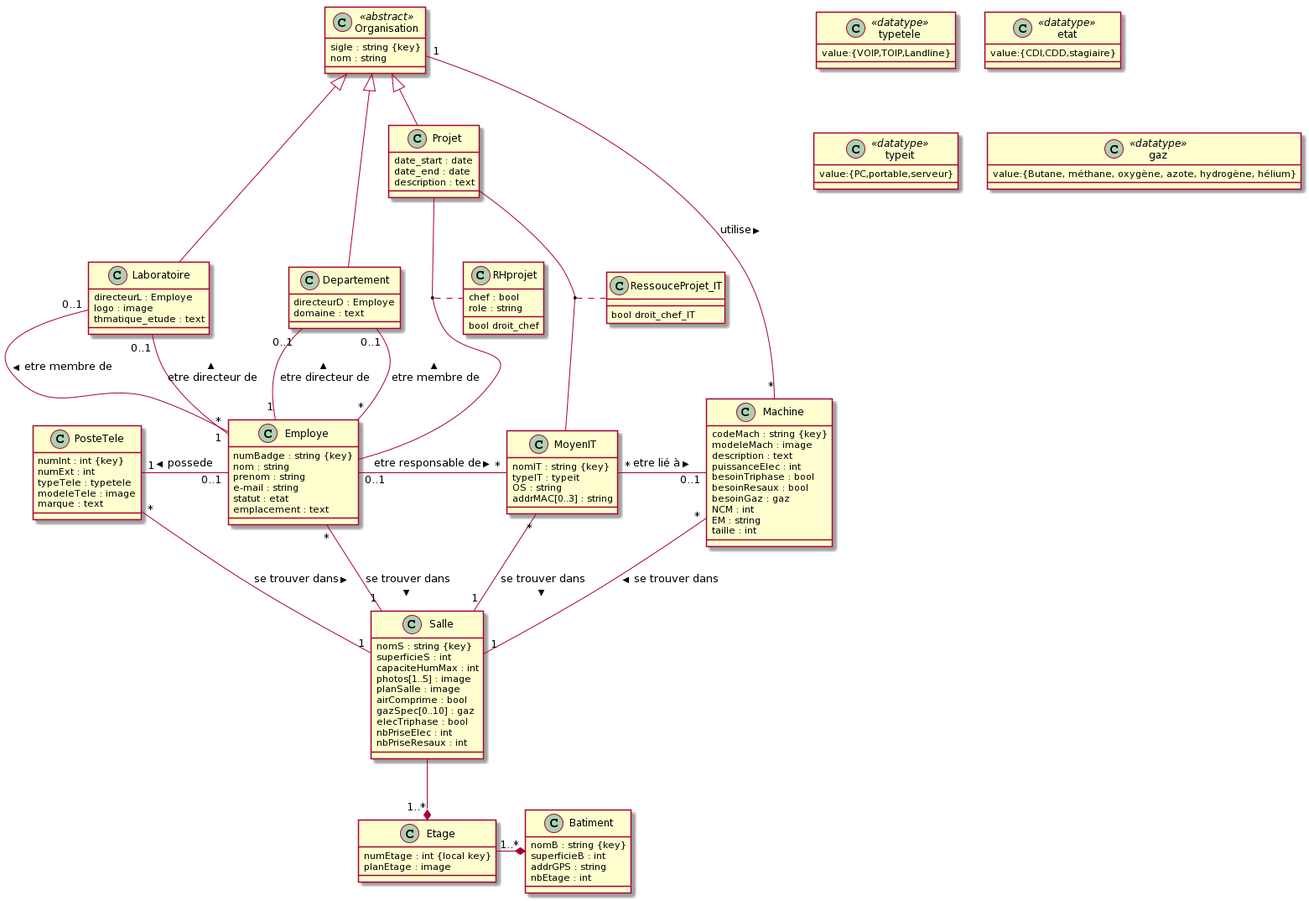
Above: MCD/UML.png in hanlinAumonde/nf17_projet_individuel (PlantUML), before the change.
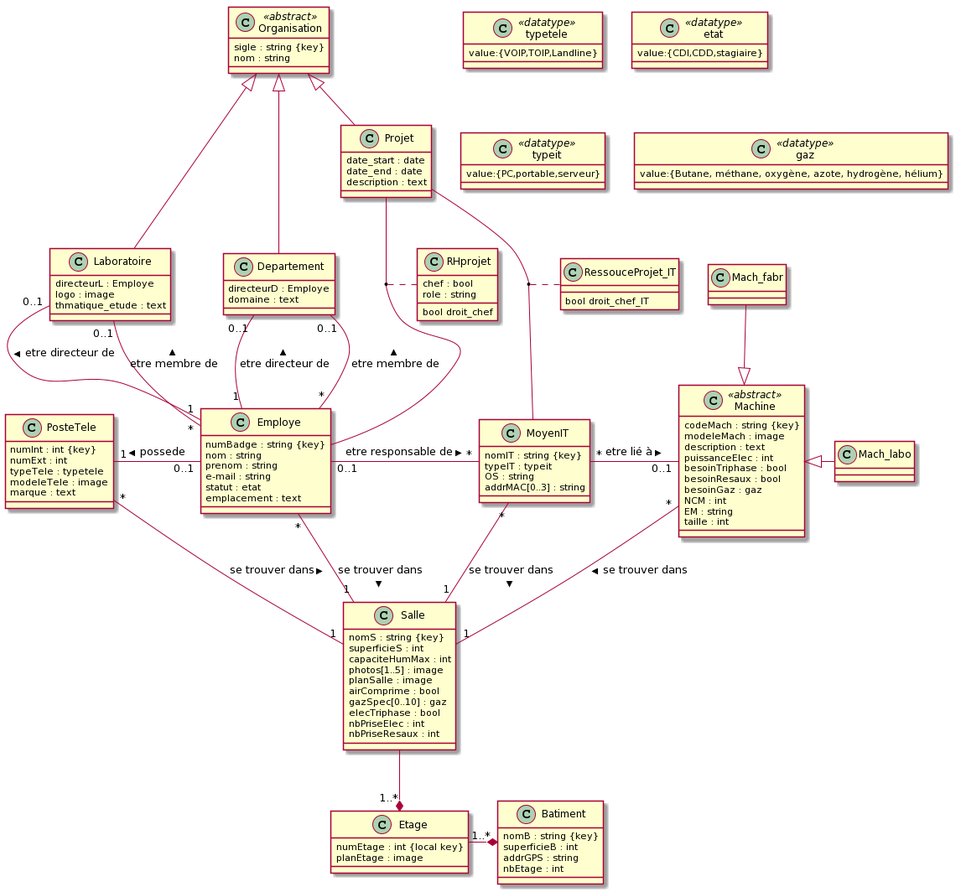
The same file after the commit.

What changed in the source:
```diff
@@ -58,7 +58,7 @@
   value:{PC,portable,serveur}
 }
 
-class Machine{
+class Machine <<abstract>>{
   codeMach : string {key}
   modeleMach : image
   description : text
@@ -116,7 +116,6 @@
 Organisation <|-- Laboratoire
 Organisation <|-- Projet
 Organisation <|-- Departement
-Organisation "1"--"*" Machine : utilise >
 Laboratoire "0..1"--"*" Employe : etre membre de <
 Laboratoire "0..1"--"1" Employe : etre directeur de <
 Projet " "--" " Employe
@@ -132,6 +131,8 @@
 Employe "*"--"1" Salle : se trouver dans >
 MoyenIT "*"--"1" Salle : se trouver dans >
 Machine "*"--"1" Salle : se trouver dans >
+Machine <|- Mach_labo
+Mach_fabr --|> Machine
 Salle --* "1..*" Etage
 Etage -* "1..*" Batiment
 @enduml
```
